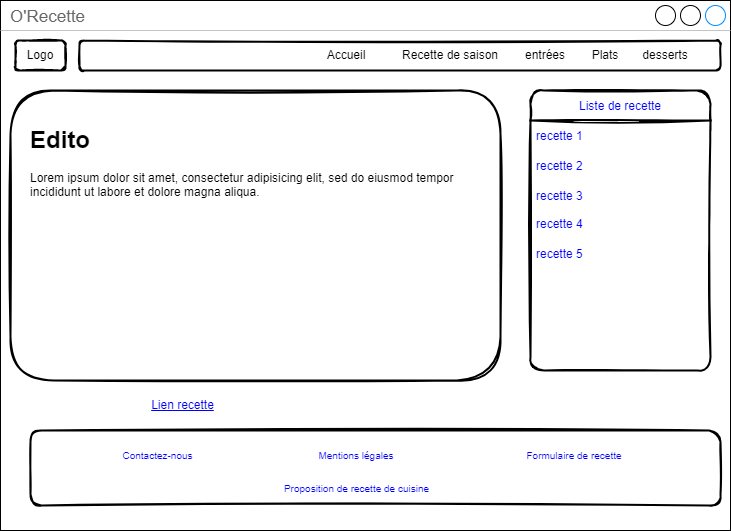
The draw.io diagram wireframes/homePage-desktop.png in david-tran-dev/orecipe, before a commit. Source tidied: cells renumbered, new cells last; positions are measured from the earlier drawing's top-left corner, leaving out a move shared by most shapes.
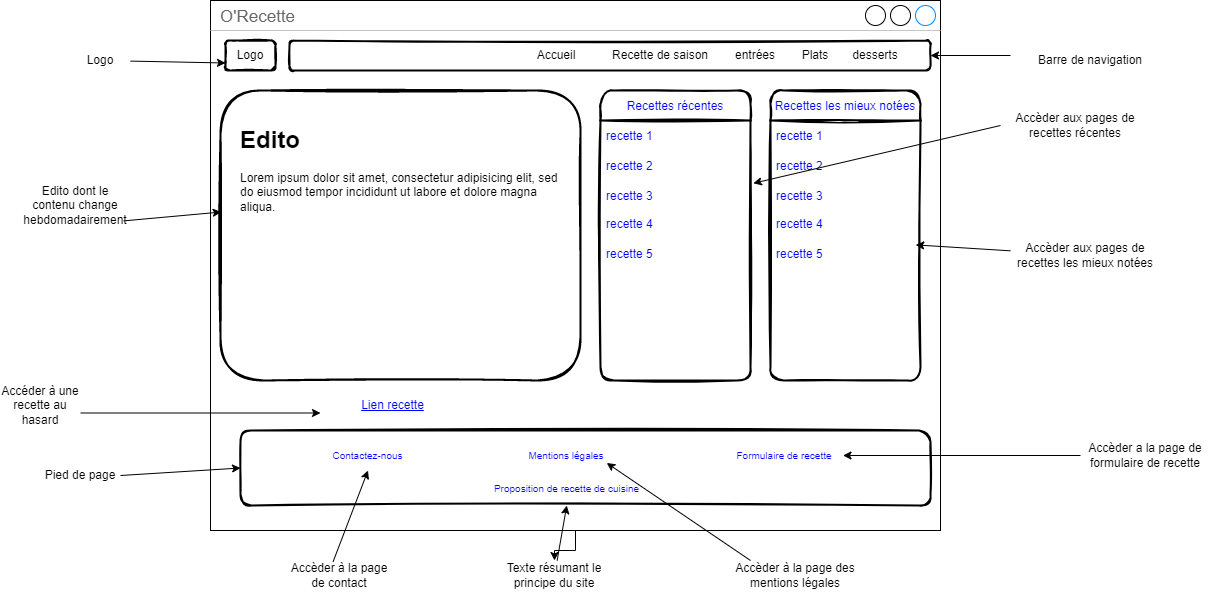
Above is the later version.

What changed in the source:
```diff
@@ -1,7 +1,10 @@
-<mxGraphModel>
+<mxGraphModel background="#ffffff">
   <root>
     <mxCell id="0" />
     <mxCell id="1" parent="0" />
+    <mxCell id="25" style="edgeStyle=orthogonalEdgeStyle;rounded=0;jettySize=auto;html=1;" parent="1" edge="1" source="2" target="34">
+      <mxGeometry relative="1" as="geometry" />
+    </mxCell>
     <mxCell id="2" value="O'Recette" style="strokeWidth=1;shadow=0;dashed=0;align=center;html=1;shape=mxgraph.mockup.containers.window;align=left;verticalAlign=top;spacingLeft=8;strokeColor2=#008cff;strokeColor3=#c4c4c4;fontColor=#666666;mainText=;fontSize=17;labelBackgroundColor=none;" parent="1" vertex="1">
       <mxGeometry width="730" height="530" as="geometry" />
     </mxCell>
@@ -30,31 +33,31 @@
       <mxGeometry x="25" y="45" width="30" height="20" as="geometry" />
     </mxCell>
     <mxCell id="11" style="rounded=1;whiteSpace=wrap;html=1;sketch=1;fontSize=12;strokeWidth=2;" parent="1" vertex="1">
-      <mxGeometry x="10" y="90" width="490" height="290" as="geometry" />
+      <mxGeometry x="10" y="90" width="360" height="290" as="geometry" />
     </mxCell>
     <mxCell id="12" value="&lt;h1&gt;Edito&lt;/h1&gt;&lt;p&gt;Lorem ipsum dolor sit amet, consectetur adipisicing elit, sed do eiusmod tempor incididunt ut labore et dolore magna aliqua.&lt;/p&gt;" style="text;html=1;strokeColor=none;fillColor=none;spacing=5;spacingTop=-20;whiteSpace=wrap;overflow=hidden;rounded=1;sketch=1;fontSize=12;" parent="1" vertex="1">
-      <mxGeometry x="25" y="120" width="465" height="250" as="geometry" />
+      <mxGeometry x="25" y="120" width="335" height="250" as="geometry" />
     </mxCell>
     <mxCell id="13" value="&lt;u&gt;&lt;font color=&quot;#0000ff&quot;&gt;Lien recette&lt;/font&gt;&lt;/u&gt;" style="text;html=1;strokeColor=none;fillColor=none;align=center;verticalAlign=middle;whiteSpace=wrap;rounded=1;sketch=1;fontSize=12;" parent="1" vertex="1">
       <mxGeometry x="110" y="390" width="145" height="30" as="geometry" />
     </mxCell>
-    <mxCell id="14" value="Liste de recette" style="swimlane;fontStyle=0;horizontal=1;startSize=30;sketch=1;fontSize=12;fontColor=#0000FF;strokeWidth=2;rounded=1;" parent="1" vertex="1">
-      <mxGeometry x="530" y="90" width="180" height="280" as="geometry" />
+    <mxCell id="14" value="Recettes les mieux notées" style="swimlane;fontStyle=0;horizontal=1;startSize=30;sketch=1;fontSize=12;fontColor=#0000FF;strokeWidth=2;rounded=1;" parent="1" vertex="1">
+      <mxGeometry x="560" y="90" width="150" height="290" as="geometry" />
     </mxCell>
     <mxCell id="15" value="recette 1" style="text;strokeColor=none;fillColor=none;align=left;verticalAlign=middle;spacingLeft=4;spacingRight=4;overflow=hidden;sketch=1;fontSize=12;fontColor=#0000FF;rounded=1;" parent="14" vertex="1">
-      <mxGeometry y="30" width="180" height="30" as="geometry" />
+      <mxGeometry y="30" width="150" height="30" as="geometry" />
     </mxCell>
     <mxCell id="16" value="recette 2" style="text;strokeColor=none;fillColor=none;align=left;verticalAlign=middle;spacingLeft=4;spacingRight=4;overflow=hidden;sketch=1;fontSize=12;fontColor=#0000FF;rounded=1;" parent="14" vertex="1">
-      <mxGeometry y="60" width="180" height="30" as="geometry" />
+      <mxGeometry y="60" width="150" height="30" as="geometry" />
     </mxCell>
     <mxCell id="17" value="recette 3" style="text;strokeColor=none;fillColor=none;align=left;verticalAlign=middle;spacingLeft=4;spacingRight=4;overflow=hidden;sketch=1;fontSize=12;fontColor=#0000FF;rounded=1;" parent="14" vertex="1">
-      <mxGeometry y="90" width="180" height="30" as="geometry" />
+      <mxGeometry y="90" width="150" height="30" as="geometry" />
     </mxCell>
     <mxCell id="18" value="recette 4" style="text;strokeColor=none;fillColor=none;spacingLeft=4;spacingRight=4;overflow=hidden;points=[[0,0.5],[1,0.5]];portConstraint=eastwest;fontSize=12;sketch=1;fontColor=#0000FF;rounded=1;" parent="14" vertex="1">
-      <mxGeometry y="120" width="180" height="30" as="geometry" />
+      <mxGeometry y="120" width="150" height="30" as="geometry" />
     </mxCell>
     <mxCell id="19" value="recette 5" style="text;strokeColor=none;fillColor=none;spacingLeft=4;spacingRight=4;overflow=hidden;fontSize=12;sketch=1;fontColor=#0000FF;rounded=1;" parent="14" vertex="1">
-      <mxGeometry y="150" width="180" height="130" as="geometry" />
+      <mxGeometry y="150" width="150" height="140" as="geometry" />
     </mxCell>
     <mxCell id="20" style="rounded=1;whiteSpace=wrap;html=1;sketch=1;fontSize=12;fontColor=#0000FF;strokeWidth=2;" parent="1" vertex="1">
       <mxGeometry x="30" y="430" width="690" height="75" as="geometry" />
@@ -71,5 +74,91 @@
     <mxCell id="24" value="Proposition de recette de cuisine" style="text;html=1;strokeColor=none;fillColor=none;align=center;verticalAlign=middle;whiteSpace=wrap;rounded=1;sketch=1;fontSize=10;fontColor=#0000FF;" parent="1" vertex="1">
       <mxGeometry x="280" y="470" width="152.5" height="35" as="geometry" />
     </mxCell>
+    <mxCell id="26" value="Barre de navigation" style="text;html=1;strokeColor=none;fillColor=none;align=center;verticalAlign=middle;whiteSpace=wrap;rounded=0;" parent="1" vertex="1">
+      <mxGeometry x="810" y="45" width="140" height="30" as="geometry" />
+    </mxCell>
+    <mxCell id="27" style="endArrow=classic;html=1;rounded=0;" parent="1" edge="1" target="3">
+      <mxGeometry relative="1" as="geometry">
+        <mxPoint x="800" y="55" as="sourcePoint" />
+      </mxGeometry>
+    </mxCell>
+    <mxCell id="28" value="Accèder aux pages de recettes récentes" style="text;html=1;strokeColor=none;fillColor=none;align=center;verticalAlign=middle;whiteSpace=wrap;rounded=0;" parent="1" vertex="1">
+      <mxGeometry x="790" y="110" width="150" height="30" as="geometry" />
+    </mxCell>
+    <mxCell id="29" style="endArrow=classic;html=1;rounded=0;exitX=0;exitY=0.5;exitDx=0;exitDy=0;entryX=1.019;entryY=0.093;entryDx=0;entryDy=0;entryPerimeter=0;" parent="1" edge="1" source="28" target="45">
+      <mxGeometry relative="1" as="geometry" />
+    </mxCell>
+    <mxCell id="30" value="Accèder a la page de formulaire de recette" style="text;html=1;strokeColor=none;fillColor=none;align=center;verticalAlign=middle;whiteSpace=wrap;rounded=0;" parent="1" vertex="1">
+      <mxGeometry x="870" y="440" width="130" height="30" as="geometry" />
+    </mxCell>
+    <mxCell id="31" style="endArrow=classic;html=1;rounded=0;exitX=0;exitY=0.5;exitDx=0;exitDy=0;" parent="1" edge="1" source="30" target="23">
+      <mxGeometry relative="1" as="geometry" />
+    </mxCell>
+    <mxCell id="32" value="Accèder à la page des mentions légales" style="text;html=1;strokeColor=none;fillColor=none;align=center;verticalAlign=middle;whiteSpace=wrap;rounded=0;" parent="1" vertex="1">
+      <mxGeometry x="520" y="560" width="130" height="30" as="geometry" />
+    </mxCell>
+    <mxCell id="33" style="endArrow=classic;html=1;rounded=0;exitX=0.154;exitY=0;exitDx=0;exitDy=0;exitPerimeter=0;entryX=1;entryY=0.75;entryDx=0;entryDy=0;" parent="1" edge="1" source="32" target="22">
+      <mxGeometry relative="1" as="geometry" />
+    </mxCell>
+    <mxCell id="34" value="Texte résumant le principe du site" style="text;html=1;strokeColor=none;fillColor=none;align=center;verticalAlign=middle;whiteSpace=wrap;rounded=0;" parent="1" vertex="1">
+      <mxGeometry x="279" y="560" width="130" height="30" as="geometry" />
+    </mxCell>
+    <mxCell id="35" style="endArrow=classic;html=1;rounded=0;entryX=0.5;entryY=1;entryDx=0;entryDy=0;" parent="1" edge="1" source="34" target="24">
+      <mxGeometry relative="1" as="geometry" />
+    </mxCell>
+    <mxCell id="36" value="Accèder à la page de contact" style="text;html=1;strokeColor=none;fillColor=none;align=center;verticalAlign=middle;whiteSpace=wrap;rounded=0;" parent="1" vertex="1">
+      <mxGeometry x="79" y="560" width="100" height="30" as="geometry" />
+    </mxCell>
+    <mxCell id="37" style="endArrow=classic;html=1;rounded=0;entryX=0.5;entryY=1;entryDx=0;entryDy=0;exitX=0.436;exitY=0.04;exitDx=0;exitDy=0;exitPerimeter=0;" parent="1" edge="1" source="36" target="21">
+      <mxGeometry relative="1" as="geometry" />
+    </mxCell>
+    <mxCell id="38" value="Pied de page" style="text;html=1;strokeColor=none;fillColor=none;align=center;verticalAlign=middle;whiteSpace=wrap;rounded=0;" parent="1" vertex="1">
+      <mxGeometry x="-170" y="460" width="80" height="30" as="geometry" />
+    </mxCell>
+    <mxCell id="39" style="endArrow=classic;html=1;rounded=0;entryX=0;entryY=0.5;entryDx=0;entryDy=0;exitX=1;exitY=0.5;exitDx=0;exitDy=0;" parent="1" edge="1" source="38" target="20">
+      <mxGeometry relative="1" as="geometry" />
+    </mxCell>
+    <mxCell id="40" value="Accéder à une recette au hasard" style="text;html=1;strokeColor=none;fillColor=none;align=center;verticalAlign=middle;whiteSpace=wrap;rounded=0;" parent="1" vertex="1">
+      <mxGeometry x="-210" y="390" width="80" height="30" as="geometry" />
+    </mxCell>
+    <mxCell id="41" style="endArrow=classic;html=1;rounded=0;entryX=0;entryY=0.75;entryDx=0;entryDy=0;exitX=1;exitY=0.75;exitDx=0;exitDy=0;" parent="1" edge="1" source="40" target="13">
+      <mxGeometry relative="1" as="geometry" />
+    </mxCell>
+    <mxCell id="42" value="Recettes récentes" style="swimlane;fontStyle=0;horizontal=1;startSize=30;sketch=1;fontSize=12;fontColor=#0000FF;strokeWidth=2;rounded=1;" parent="1" vertex="1">
+      <mxGeometry x="390" y="90" width="150" height="290" as="geometry" />
+    </mxCell>
+    <mxCell id="43" value="recette 1" style="text;strokeColor=none;fillColor=none;align=left;verticalAlign=middle;spacingLeft=4;spacingRight=4;overflow=hidden;sketch=1;fontSize=12;fontColor=#0000FF;rounded=1;" parent="42" vertex="1">
+      <mxGeometry y="30" width="150" height="30" as="geometry" />
+    </mxCell>
+    <mxCell id="44" value="recette 2" style="text;strokeColor=none;fillColor=none;align=left;verticalAlign=middle;spacingLeft=4;spacingRight=4;overflow=hidden;sketch=1;fontSize=12;fontColor=#0000FF;rounded=1;" parent="42" vertex="1">
+      <mxGeometry y="60" width="150" height="30" as="geometry" />
+    </mxCell>
+    <mxCell id="45" value="recette 3" style="text;strokeColor=none;fillColor=none;align=left;verticalAlign=middle;spacingLeft=4;spacingRight=4;overflow=hidden;points=[[0,0.5],[1,0.5]];portConstraint=eastwest;sketch=1;fontSize=12;fontColor=#0000FF;rounded=1;" parent="42" vertex="1">
+      <mxGeometry y="90" width="150" height="30" as="geometry" />
+    </mxCell>
+    <mxCell id="46" value="recette 4" style="text;strokeColor=none;fillColor=none;spacingLeft=4;spacingRight=4;overflow=hidden;fontSize=12;sketch=1;fontColor=#0000FF;rounded=1;" parent="42" vertex="1">
+      <mxGeometry y="120" width="150" height="30" as="geometry" />
+    </mxCell>
+    <mxCell id="47" value="recette 5" style="text;strokeColor=none;fillColor=none;spacingLeft=4;spacingRight=4;overflow=hidden;fontSize=12;sketch=1;fontColor=#0000FF;rounded=1;" parent="42" vertex="1">
+      <mxGeometry y="150" width="150" height="140" as="geometry" />
+    </mxCell>
+    <mxCell id="48" value="Accèder aux pages de recettes les mieux notées" style="text;html=1;strokeColor=none;fillColor=none;align=center;verticalAlign=middle;whiteSpace=wrap;rounded=0;" parent="1" vertex="1">
+      <mxGeometry x="800" y="240" width="150" height="30" as="geometry" />
+    </mxCell>
+    <mxCell id="49" style="endArrow=classic;html=1;rounded=0;entryX=0.968;entryY=1.147;entryDx=0;entryDy=0;entryPerimeter=0;" parent="1" edge="1" source="48" target="18">
+      <mxGeometry relative="1" as="geometry" />
+    </mxCell>
+    <mxCell id="50" value="Logo" style="text;html=1;strokeColor=none;fillColor=none;align=center;verticalAlign=middle;whiteSpace=wrap;rounded=0;" parent="1" vertex="1">
+      <mxGeometry x="-140" y="45" width="60" height="30" as="geometry" />
+    </mxCell>
+    <mxCell id="51" style="endArrow=classic;html=1;rounded=0;entryX=0;entryY=0.75;entryDx=0;entryDy=0;" parent="1" edge="1" source="50" target="9">
+      <mxGeometry relative="1" as="geometry" />
+    </mxCell>
+    <mxCell id="52" value="Edito dont le contenu change hebdomadairement" style="text;html=1;strokeColor=none;fillColor=none;align=center;verticalAlign=middle;whiteSpace=wrap;rounded=0;" parent="1" vertex="1">
+      <mxGeometry x="-190" y="190" width="110" height="30" as="geometry" />
+    </mxCell>
+    <mxCell id="53" style="endArrow=classic;html=1;rounded=0;entryX=0.002;entryY=0.419;entryDx=0;entryDy=0;entryPerimeter=0;exitX=0.938;exitY=1.013;exitDx=0;exitDy=0;exitPerimeter=0;" parent="1" edge="1" source="52" target="11">
+      <mxGeometry relative="1" as="geometry" />
+    </mxCell>
   </root>
 </mxGraphModel>
```
